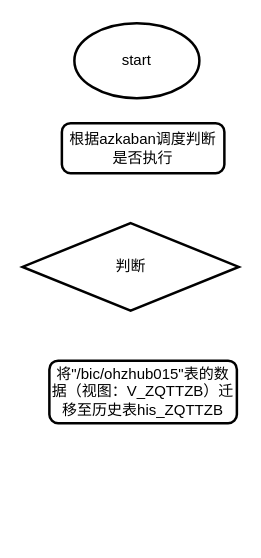
The draw.io diagram 其他投资财务数据表同步.drawio in gebifeixiang/investment, before the edit. Source tidied: cells renumbered, new cells numbered last; positions are measured from the earlier drawing's top-left corner, leaving out a move shared by most shapes. Both pictures are drawn from the tidied source at 125%, with x=0, y=0 at pixel (21, 22).
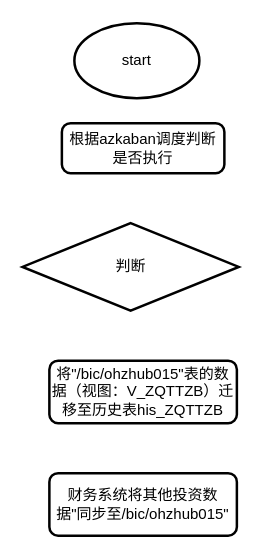
After the change.

Commit message:
Update 其他投资财务数据表同步.drawio

Diff of the diagram source:
```diff
@@
 <mxGraphModel>
   <root>
     <mxCell id="0" />
     <mxCell id="1" parent="0" />
     <mxCell id="2" value="start" style="strokeWidth=2;html=1;shape=mxgraph.flowchart.start_1;whiteSpace=wrap;" parent="1" vertex="1">
       <mxGeometry x="42" width="100" height="60" as="geometry" />
     </mxCell>
     <mxCell id="3" value="根据azkaban调度判断是否执行" style="rounded=1;whiteSpace=wrap;html=1;absoluteArcSize=1;arcSize=14;strokeWidth=2;" parent="1" vertex="1">
       <mxGeometry x="32" y="80" width="130" height="40" as="geometry" />
     </mxCell>
     <mxCell id="4" value="判断" style="strokeWidth=2;html=1;shape=mxgraph.flowchart.decision;whiteSpace=wrap;" parent="1" vertex="1">
       <mxGeometry x="0.5" y="160" width="173" height="70" as="geometry" />
     </mxCell>
     <mxCell id="5" value="将&quot;/bic/ohzhub015&quot;表的数据（视图：V_ZQTTZB）迁移至历史表his_ZQTTZB" style="rounded=1;whiteSpace=wrap;html=1;absoluteArcSize=1;arcSize=14;strokeWidth=2;" parent="1" vertex="1">
       <mxGeometry x="22" y="270" width="150" height="50" as="geometry" />
     </mxCell>
+    <mxCell id="6" value="财务系统将其他投资数据&quot;同步至/bic/ohzhub015&quot;" style="rounded=1;whiteSpace=wrap;html=1;absoluteArcSize=1;arcSize=14;strokeWidth=2;" parent="1" vertex="1">
+      <mxGeometry x="22" y="360" width="150" height="50" as="geometry" />
+    </mxCell>
   </root>
 </mxGraphModel>
```
